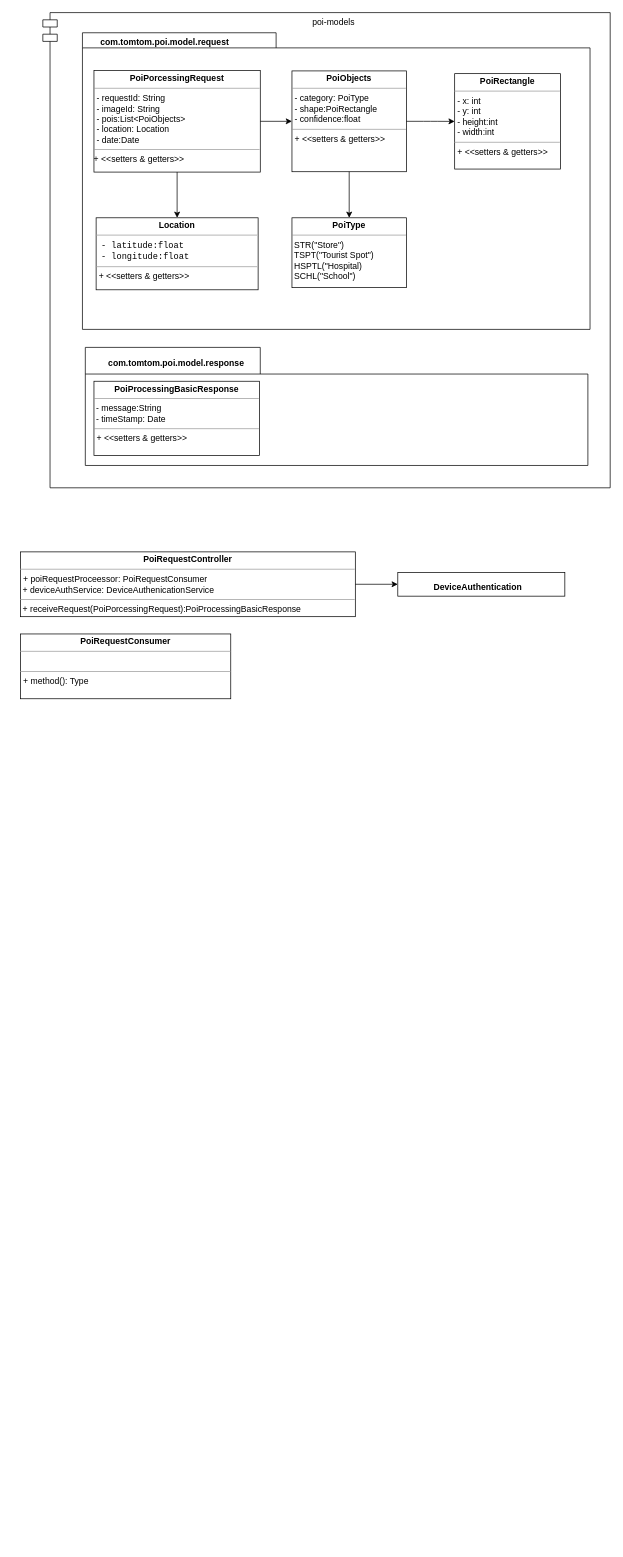
The draw.io diagram page "Page-2" (2 of 3) of PIO System Digram.drawio in syogesh31/jp, before the edit. Source tidied: cells renumbered, new cells numbered last; positions are measured from the earlier drawing's top-left corner, leaving out a move shared by most shapes. Both pictures are drawn from the tidied source at 72%, with x=0, y=0 at pixel (20, 12).
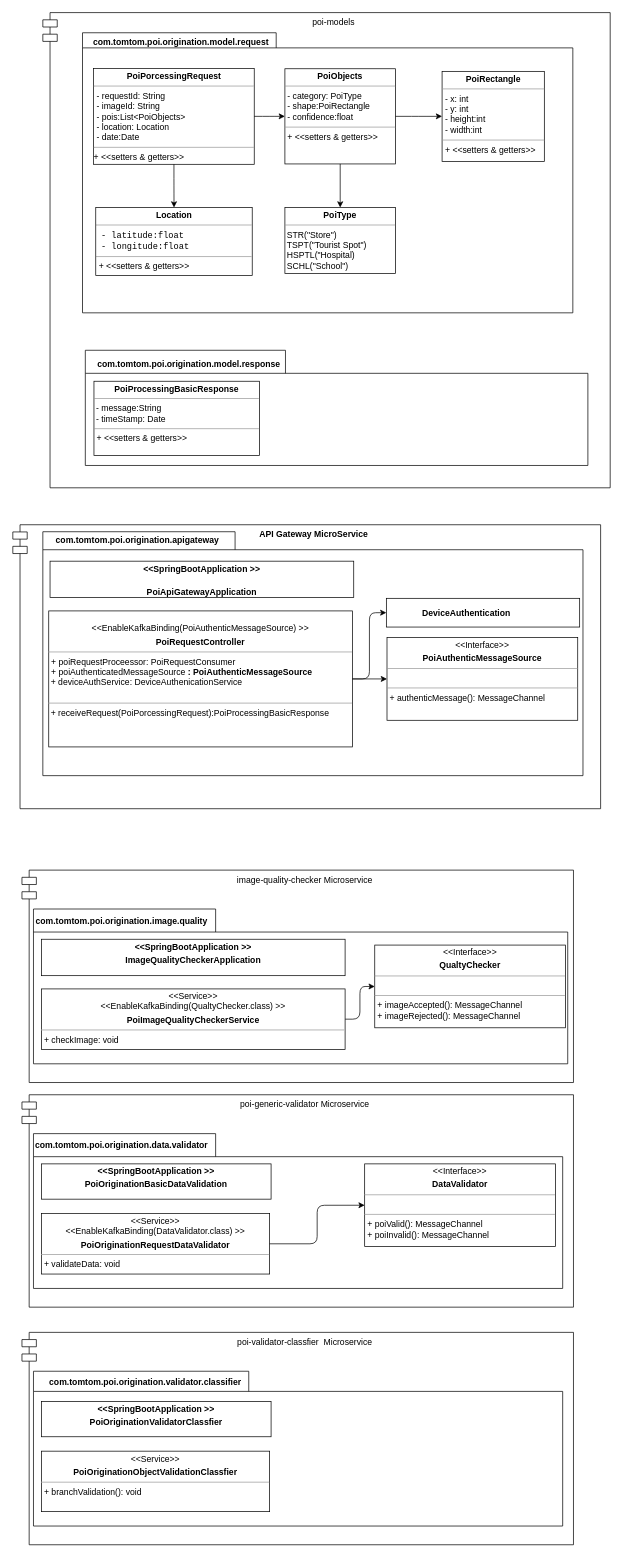
The same page after the edit.

Change to the diagram source:
```diff
@@
     <mxCell id="3" style="group;" parent="1" vertex="1">
-      <mxGeometry x="88" y="28" width="705" height="412" as="geometry" />
+      <mxGeometry x="88" y="28" width="681" height="389" as="geometry" />
     </mxCell>
     <mxCell id="4" style="group;" parent="3" vertex="1">
-      <mxGeometry x="-2" width="705" height="412" as="geometry" />
+      <mxGeometry x="-1.9" width="681" height="389" as="geometry" />
     </mxCell>
     <mxCell id="5" style="shape=folder;fontStyle=1;spacingTop=10;tabWidth=269;tabHeight=21;tabPosition=left;html=1;rounded=0;sketch=0;" parent="4" vertex="1">
-      <mxGeometry width="705" height="412" as="geometry" />
+      <mxGeometry width="681" height="389" as="geometry" />
     </mxCell>
-    <mxCell id="6" value="com.tomtom.poi.model.request" style="text;html=1;strokeColor=none;fillColor=none;align=center;verticalAlign=middle;whiteSpace=wrap;rounded=0;sketch=0;fontStyle=1;" parent="4" vertex="1">
-      <mxGeometry x="8" y="3" width="213" height="20" as="geometry" />
+    <mxCell id="6" value="com.tomtom.poi.origination.model.request" style="text;html=1;strokeColor=none;fillColor=none;align=center;verticalAlign=middle;whiteSpace=wrap;rounded=0;sketch=0;fontStyle=1;" parent="4" vertex="1">
+      <mxGeometry x="33.9" y="4" width="205.7" height="18.9" as="geometry" />
     </mxCell>
     <mxCell id="7" value="&lt;p style=&quot;margin: 0px ; margin-top: 4px ; text-align: center&quot;&gt;&lt;b&gt;Location&lt;/b&gt;&lt;/p&gt;&lt;hr size=&quot;1&quot;&gt;&lt;div&gt;&lt;code dir=&quot;ltr&quot;&gt;&amp;nbsp;- latitude:float&lt;/code&gt;&lt;/div&gt;&lt;div&gt;&lt;code dir=&quot;ltr&quot;&gt;&amp;nbsp;- &lt;/code&gt;&lt;code dir=&quot;ltr&quot;&gt;&lt;code dir=&quot;ltr&quot;&gt;longitude:float&lt;/code&gt;&lt;/code&gt;&lt;/div&gt;&lt;hr size=&quot;1&quot;&gt;&lt;p style=&quot;margin: 0px ; margin-left: 4px&quot;&gt;+ &amp;lt;&amp;lt;setters &amp;amp; getters&amp;gt;&amp;gt;&lt;/p&gt;" style="verticalAlign=top;align=left;overflow=fill;fontSize=12;fontFamily=Helvetica;html=1;rounded=0;sketch=0;" parent="4" vertex="1">
-      <mxGeometry x="19" y="257" width="225" height="100" as="geometry" />
+      <mxGeometry x="18.4" y="242.7" width="217.3" height="94.4" as="geometry" />
     </mxCell>
     <mxCell id="8" value="&lt;p style=&quot;margin: 0px ; margin-top: 4px ; text-align: center&quot;&gt;&lt;b&gt;PoiType&lt;/b&gt;&lt;/p&gt;&lt;hr size=&quot;1&quot;&gt;&lt;div&gt;&amp;nbsp;STR(&quot;Store&quot;)&lt;/div&gt;&lt;div&gt;&amp;nbsp;TSPT(&quot;Tourist Spot&quot;)&lt;/div&gt;&lt;div&gt;&amp;nbsp;HSPTL(&quot;Hospital)&lt;/div&gt;&lt;div&gt;&amp;nbsp;SCHL(&quot;School&quot;)&lt;br&gt;&lt;/div&gt;&amp;nbsp;&lt;hr size=&quot;1&quot;&gt;" style="verticalAlign=top;align=left;overflow=fill;fontSize=12;fontFamily=Helvetica;html=1;rounded=0;sketch=0;" parent="4" vertex="1">
-      <mxGeometry x="291" y="257" width="159" height="97" as="geometry" />
+      <mxGeometry x="281.1" y="242.7" width="153.6" height="91.6" as="geometry" />
     </mxCell>
     <mxCell id="9" value="&lt;p style=&quot;margin: 0px ; margin-top: 4px ; text-align: center&quot;&gt;&lt;b&gt;PoiRectangle&lt;/b&gt;&lt;/p&gt;&lt;hr size=&quot;1&quot;&gt;&lt;p style=&quot;margin: 0px ; margin-left: 4px&quot;&gt;- x: int&lt;/p&gt;&lt;p style=&quot;margin: 0px ; margin-left: 4px&quot;&gt;- y: int&lt;/p&gt;&lt;p style=&quot;margin: 0px ; margin-left: 4px&quot;&gt;- height:int&lt;/p&gt;&lt;p style=&quot;margin: 0px ; margin-left: 4px&quot;&gt;- width:int&lt;br&gt;&lt;/p&gt;&lt;hr size=&quot;1&quot;&gt;&lt;p style=&quot;margin: 0px ; margin-left: 4px&quot;&gt;+ &amp;lt;&amp;lt;setters &amp;amp; getters&amp;gt;&amp;gt;&lt;/p&gt;" style="verticalAlign=top;align=left;overflow=fill;fontSize=12;fontFamily=Helvetica;html=1;rounded=0;sketch=0;" parent="4" vertex="1">
-      <mxGeometry x="517" y="56.8" width="147" height="132.5" as="geometry" />
+      <mxGeometry x="499.4" y="53.6" width="142" height="125.1" as="geometry" />
     </mxCell>
     <mxCell id="10" value="&lt;p style=&quot;margin: 0px ; margin-top: 4px ; text-align: center&quot;&gt;&lt;b&gt;PoiPorcessingRequest&lt;/b&gt;&lt;/p&gt;&lt;hr size=&quot;1&quot;&gt;&lt;p style=&quot;margin: 0px ; margin-left: 4px&quot;&gt;- requestId: String&lt;/p&gt;&lt;p style=&quot;margin: 0px ; margin-left: 4px&quot;&gt;- imageId: String&lt;/p&gt;&lt;p style=&quot;margin: 0px ; margin-left: 4px&quot;&gt;- pois:List&amp;lt;PoiObjects&amp;gt;&lt;/p&gt;&lt;p style=&quot;margin: 0px ; margin-left: 4px&quot;&gt;- location: Location&lt;/p&gt;&lt;p style=&quot;margin: 0px ; margin-left: 4px&quot;&gt;- date:Date&lt;br&gt;&lt;/p&gt;&lt;hr size=&quot;1&quot;&gt;+ &amp;lt;&amp;lt;setters &amp;amp; getters&amp;gt;&amp;gt;" style="verticalAlign=top;align=left;overflow=fill;fontSize=12;fontFamily=Helvetica;html=1;rounded=0;sketch=0;" parent="3" vertex="1">
-      <mxGeometry x="14" y="52.5" width="231" height="141" as="geometry" />
+      <mxGeometry x="13.5" y="49.6" width="223.1" height="133.1" as="geometry" />
     </mxCell>
     <mxCell id="11" value="&lt;p style=&quot;margin: 0px ; margin-top: 4px ; text-align: center&quot;&gt;&lt;b&gt;PoiObjects&lt;/b&gt;&lt;/p&gt;&lt;hr size=&quot;1&quot;&gt;&lt;p style=&quot;margin: 0px ; margin-left: 4px&quot;&gt;- category: PoiType&lt;/p&gt;&lt;p style=&quot;margin: 0px ; margin-left: 4px&quot;&gt;- shape:PoiRectangle&lt;/p&gt;&lt;p style=&quot;margin: 0px ; margin-left: 4px&quot;&gt;- confidence:float&lt;br&gt;&lt;/p&gt;&lt;hr size=&quot;1&quot;&gt;&lt;p style=&quot;margin: 0px ; margin-left: 4px&quot;&gt;+ &amp;lt;&amp;lt;setters &amp;amp; getters&amp;gt;&amp;gt;&lt;/p&gt;" style="verticalAlign=top;align=left;overflow=fill;fontSize=12;fontFamily=Helvetica;html=1;rounded=0;sketch=0;" parent="3" vertex="1">
-      <mxGeometry x="289" y="53" width="159" height="140" as="geometry" />
+      <mxGeometry x="279.2" y="50" width="153.6" height="132.2" as="geometry" />
     </mxCell>
@@
-    <mxCell id="16" style="shape=folder;fontStyle=1;spacingTop=10;tabWidth=243;tabHeight=37;tabPosition=left;html=1;rounded=0;sketch=0;" parent="1" vertex="1">
-      <mxGeometry x="90" y="465" width="698" height="164" as="geometry" />
+    <mxCell id="16" style="shape=folder;fontStyle=1;spacingTop=10;tabWidth=278;tabHeight=32;tabPosition=left;html=1;rounded=0;sketch=0;" parent="1" vertex="1">
+      <mxGeometry x="90" y="469" width="698" height="160" as="geometry" />
     </mxCell>
-    <mxCell id="17" value="com.tomtom.poi.model.response" style="text;html=1;strokeColor=none;fillColor=none;align=center;verticalAlign=middle;whiteSpace=wrap;rounded=0;sketch=0;fontStyle=1;" parent="1" vertex="1">
-      <mxGeometry x="110" y="478" width="213" height="20" as="geometry" />
-    </mxCell>
@@
+    <mxCell id="23" style="group;" parent="1" vertex="1">
+      <mxGeometry x="31" y="721" width="781" height="367" as="geometry" />
+    </mxCell>
+    <mxCell id="24" value="API Gateway MicroService" style="shape=module;align=left;spacingLeft=20;align=center;verticalAlign=top;rounded=0;sketch=0;strokeColor=#000000;fillColor=#ffffff;fontStyle=1;" parent="23" vertex="1">
+      <mxGeometry x="-41.7" y="-9.7" width="816.4" height="394.4" as="geometry" />
+    </mxCell>
+    <mxCell id="25" style="shape=folder;fontStyle=1;spacingTop=10;tabWidth=267;tabHeight=25;tabPosition=left;html=1;rounded=0;sketch=0;strokeColor=#000000;fillColor=#ffffff;" parent="23" vertex="1">
+      <mxGeometry width="750.2" height="338.8" as="geometry" />
+    </mxCell>
-    <mxCell id="19" value="&lt;p style=&quot;margin: 0px ; margin-top: 4px ; text-align: center&quot;&gt;&lt;b&gt;PoiRequestController&lt;/b&gt;&lt;/p&gt;&lt;hr size=&quot;1&quot;&gt;&lt;p style=&quot;margin: 0px ; margin-left: 4px&quot;&gt;+ poiRequestProceessor: PoiRequestConsumer&lt;/p&gt;&amp;nbsp;+ deviceAuthService: DeviceAuthenicationService&lt;hr size=&quot;1&quot;&gt;&amp;nbsp;+ receiveRequest(PoiPorcessingRequest):PoiProcessingBasicResponse" style="verticalAlign=top;align=left;overflow=fill;fontSize=12;fontFamily=Helvetica;html=1;rounded=0;sketch=0;" parent="1" vertex="1">
-      <mxGeometry y="749" width="465" height="90" as="geometry" />
+    <mxCell id="19" value="&lt;p style=&quot;margin: 0px ; margin-top: 4px ; text-align: center&quot;&gt;&lt;br&gt;&amp;lt;&amp;lt;EnableKafkaBinding(PoiAuthenticMessageSource) &amp;gt;&amp;gt;&lt;/p&gt;&lt;p style=&quot;margin: 0px ; margin-top: 4px ; text-align: center&quot;&gt;&lt;b&gt;PoiRequestController&lt;/b&gt;&lt;/p&gt;&lt;hr size=&quot;1&quot;&gt;&lt;p style=&quot;margin: 0px ; margin-left: 4px&quot;&gt;+ poiRequestProceessor: PoiRequestConsumer&lt;/p&gt;&lt;p style=&quot;margin: 0px ; margin-left: 4px&quot;&gt;+ poiAuthenticatedMessageSource&lt;b&gt;&lt;b&gt;&lt;b&gt; : &lt;/b&gt;&lt;/b&gt;&lt;/b&gt;&lt;b&gt;&lt;b&gt;&lt;b&gt;&lt;b&gt;&lt;b&gt;&lt;b&gt;PoiAuthenticMessageSource&lt;/b&gt;&lt;/b&gt;&lt;/b&gt;&lt;/b&gt;&lt;/b&gt;&lt;/b&gt;&lt;/p&gt;&lt;div&gt;&amp;nbsp;+ deviceAuthService: DeviceAuthenicationService&lt;/div&gt;&lt;div&gt;&lt;br&gt;&lt;/div&gt;&lt;hr size=&quot;1&quot;&gt;&amp;nbsp;+ receiveRequest(PoiPorcessingRequest):PoiProcessingBasicResponse" style="verticalAlign=top;align=left;overflow=fill;fontSize=12;fontFamily=Helvetica;html=1;rounded=0;sketch=0;" parent="23" vertex="1">
+      <mxGeometry x="8.2" y="110" width="421.8" height="188.9" as="geometry" />
     </mxCell>
-    <mxCell id="20" style="edgeStyle=orthogonalEdgeStyle;curved=0;rounded=1;sketch=0;jettySize=auto;html=1;entryX=0;entryY=0.5;entryDx=0;entryDy=0;exitX=1;exitY=0.5;exitDx=0;exitDy=0;" parent="1" edge="1" source="19" target="22">
+    <mxCell id="20" style="edgeStyle=orthogonalEdgeStyle;curved=0;rounded=1;sketch=0;jettySize=auto;html=1;entryX=0;entryY=0.5;entryDx=0;entryDy=0;exitX=1;exitY=0.5;exitDx=0;exitDy=0;" parent="23" edge="1" source="19" target="22">
       <mxGeometry relative="1" as="geometry" />
     </mxCell>
-    <mxCell id="21" value="&lt;p style=&quot;margin: 0px ; margin-top: 4px ; text-align: center&quot;&gt;&lt;b&gt;PoiRequestConsumer&lt;/b&gt;&lt;/p&gt;&lt;hr size=&quot;1&quot;&gt;&lt;p style=&quot;margin: 0px ; margin-left: 4px&quot;&gt;&lt;br&gt;&lt;/p&gt;&lt;hr size=&quot;1&quot;&gt;&lt;p style=&quot;margin: 0px ; margin-left: 4px&quot;&gt;+ method(): Type&lt;/p&gt;" style="verticalAlign=top;align=left;overflow=fill;fontSize=12;fontFamily=Helvetica;html=1;rounded=0;sketch=0;" parent="1" vertex="1">
-      <mxGeometry y="863" width="292" height="90" as="geometry" />
+    <mxCell id="21" value="&lt;p style=&quot;margin: 0px ; margin-top: 4px ; text-align: center&quot;&gt;&amp;lt;&amp;lt;Interface&amp;gt;&amp;gt;&lt;/p&gt;&lt;p style=&quot;margin: 0px ; margin-top: 4px ; text-align: center&quot;&gt;&lt;b&gt;&lt;b&gt;&lt;b&gt;&lt;b&gt;&lt;b&gt;&lt;b&gt;PoiAuthenticMessageSource&lt;/b&gt;&lt;/b&gt;&lt;/b&gt;&lt;/b&gt;&lt;/b&gt;&lt;/b&gt;&lt;/p&gt;&lt;hr size=&quot;1&quot;&gt;&lt;p style=&quot;margin: 0px ; margin-left: 4px&quot;&gt;&lt;br&gt;&lt;/p&gt;&lt;hr size=&quot;1&quot;&gt;&lt;p style=&quot;margin: 0px ; margin-left: 4px&quot;&gt;+ authenticMessage(): MessageChannel&lt;/p&gt;" style="verticalAlign=top;align=left;overflow=fill;fontSize=12;fontFamily=Helvetica;html=1;rounded=0;sketch=0;" parent="23" vertex="1">
+      <mxGeometry x="478" y="147" width="264.9" height="114.9" as="geometry" />
     </mxCell>
+    <mxCell id="26" style="edgeStyle=orthogonalEdgeStyle;curved=0;rounded=1;sketch=0;jumpStyle=arc;jettySize=auto;html=1;startArrow=none;startFill=0;endArrow=classic;endFill=1;strokeColor=#000000;strokeWidth=1;" parent="23" edge="1" source="19" target="21">
+      <mxGeometry relative="1" as="geometry" />
+    </mxCell>
-    <mxCell id="22" value="&lt;div&gt;&lt;b&gt;&amp;nbsp;&amp;nbsp;&amp;nbsp;&amp;nbsp;&amp;nbsp;&amp;nbsp;&amp;nbsp;&amp;nbsp;&amp;nbsp;&amp;nbsp; &lt;br&gt;&lt;/b&gt;&lt;/div&gt;&lt;div&gt;&lt;b&gt;&amp;nbsp;&amp;nbsp;&amp;nbsp;&amp;nbsp;&amp;nbsp;&amp;nbsp;&amp;nbsp;&amp;nbsp;&amp;nbsp;&amp;nbsp;&amp;nbsp;&amp;nbsp;&amp;nbsp;&amp;nbsp; DeviceAuthentication&lt;/b&gt;&lt;/div&gt;&lt;div&gt;&lt;b&gt;&lt;br&gt;&lt;/b&gt;&lt;/div&gt;" style="verticalAlign=top;align=left;overflow=fill;fontSize=12;fontFamily=Helvetica;html=1;rounded=0;sketch=0;" parent="1" vertex="1">
-      <mxGeometry x="524" y="777.5" width="232" height="33" as="geometry" />
+    <mxCell id="22" value="&lt;div&gt;&lt;b&gt;&amp;nbsp;&amp;nbsp;&amp;nbsp;&amp;nbsp;&amp;nbsp;&amp;nbsp;&amp;nbsp;&amp;nbsp;&amp;nbsp;&amp;nbsp; &lt;br&gt;&lt;/b&gt;&lt;/div&gt;&lt;div&gt;&lt;b&gt;&amp;nbsp;&amp;nbsp;&amp;nbsp;&amp;nbsp;&amp;nbsp;&amp;nbsp;&amp;nbsp;&amp;nbsp;&amp;nbsp;&amp;nbsp;&amp;nbsp;&amp;nbsp;&amp;nbsp;&amp;nbsp; DeviceAuthentication&lt;/b&gt;&lt;/div&gt;&lt;div&gt;&lt;b&gt;&lt;br&gt;&lt;/b&gt;&lt;/div&gt;" style="verticalAlign=top;align=left;overflow=fill;fontSize=12;fontFamily=Helvetica;html=1;rounded=0;sketch=0;" parent="23" vertex="1">
+      <mxGeometry x="477.1" y="92.5" width="268.5" height="39.9" as="geometry" />
     </mxCell>
+    <mxCell id="27" value="&lt;p style=&quot;margin: 0px ; margin-top: 4px ; text-align: center&quot;&gt;&lt;b&gt;&amp;lt;&amp;lt;SpringBootApplication &amp;gt;&amp;gt;&lt;/b&gt;&lt;br&gt;&lt;br&gt;&lt;/p&gt;&lt;p style=&quot;margin: 0px ; margin-top: 4px ; text-align: center&quot;&gt;&lt;b&gt;PoiApiGatewayApplication&lt;/b&gt;&lt;br&gt;&lt;/p&gt;" style="verticalAlign=top;align=left;overflow=fill;fontSize=12;fontFamily=Helvetica;html=1;rounded=0;sketch=0;" parent="23" vertex="1">
+      <mxGeometry x="10" y="40.9" width="421.8" height="50.6" as="geometry" />
+    </mxCell>
+    <mxCell id="28" value="com.tomtom.poi.origination.apigateway" style="text;html=1;strokeColor=none;fillColor=none;align=center;verticalAlign=middle;whiteSpace=wrap;rounded=0;sketch=0;fontStyle=1;" parent="23" vertex="1">
+      <mxGeometry x="38.1" y="2.9" width="186.6" height="18.4" as="geometry" />
+    </mxCell>
+    <mxCell id="29" value="com.tomtom.poi.origination.model.response" style="text;html=1;strokeColor=none;fillColor=none;align=center;verticalAlign=middle;whiteSpace=wrap;rounded=0;sketch=0;fontStyle=1;" parent="1" vertex="1">
+      <mxGeometry x="131" y="480" width="205.7" height="18.9" as="geometry" />
+    </mxCell>
+    <mxCell id="30" style="group;" parent="1" vertex="1">
+      <mxGeometry x="2" y="1191" width="766" height="295" as="geometry" />
+    </mxCell>
+    <mxCell id="31" value="image-quality-checker Microservice" style="shape=module;align=left;spacingLeft=20;align=center;verticalAlign=top;rounded=0;sketch=0;strokeColor=#000000;fillColor=#ffffff;" parent="30" vertex="1">
+      <mxGeometry width="766" height="295" as="geometry" />
+    </mxCell>
+    <mxCell id="32" style="shape=folder;fontStyle=1;spacingTop=10;tabWidth=253;tabHeight=32;tabPosition=left;html=1;rounded=0;sketch=0;strokeColor=#000000;fillColor=#ffffff;" parent="30" vertex="1">
+      <mxGeometry x="16" y="54" width="742" height="215" as="geometry" />
+    </mxCell>
+    <mxCell id="33" value="&lt;p style=&quot;margin: 0px ; margin-top: 4px ; text-align: center&quot;&gt;&lt;b&gt;&amp;lt;&amp;lt;SpringBootApplication &amp;gt;&amp;gt;&lt;/b&gt;&lt;br&gt;&lt;/p&gt;&lt;p style=&quot;margin: 0px ; margin-top: 4px ; text-align: center&quot;&gt;&lt;b&gt;ImageQualityCheckerApplication&lt;/b&gt;&lt;br&gt;&lt;/p&gt;" style="verticalAlign=top;align=left;overflow=fill;fontSize=12;fontFamily=Helvetica;html=1;rounded=0;sketch=0;" parent="30" vertex="1">
+      <mxGeometry x="27" y="96" width="421.8" height="50.6" as="geometry" />
+    </mxCell>
+    <mxCell id="34" style="edgeStyle=orthogonalEdgeStyle;curved=0;rounded=1;sketch=0;jumpStyle=arc;jettySize=auto;html=1;startArrow=none;startFill=0;endArrow=classic;endFill=1;strokeColor=#000000;strokeWidth=1;" parent="30" edge="1" source="35" target="37">
+      <mxGeometry relative="1" as="geometry" />
+    </mxCell>
+    <mxCell id="35" value="&lt;p style=&quot;margin: 0px ; margin-top: 4px ; text-align: center&quot;&gt;&amp;lt;&amp;lt;Service&amp;gt;&amp;gt;&lt;br&gt;&amp;lt;&amp;lt;EnableKafkaBinding(QualtyChecker.class) &amp;gt;&amp;gt;&lt;/p&gt;&lt;p style=&quot;margin: 0px ; margin-top: 4px ; text-align: center&quot;&gt;&lt;b&gt;PoiImageQualityCheckerService&lt;/b&gt;&lt;/p&gt;&lt;hr size=&quot;1&quot;&gt;&lt;p style=&quot;margin: 0px ; margin-left: 4px&quot;&gt;+ checkImage: void&lt;br&gt;&lt;/p&gt;" style="verticalAlign=top;align=left;overflow=fill;fontSize=12;fontFamily=Helvetica;html=1;rounded=0;sketch=0;" parent="30" vertex="1">
+      <mxGeometry x="27" y="165" width="421.8" height="84" as="geometry" />
+    </mxCell>
+    <mxCell id="36" value="com.tomtom.poi.origination.image.quality" style="text;html=1;strokeColor=none;fillColor=none;align=center;verticalAlign=middle;whiteSpace=wrap;rounded=0;sketch=0;fontStyle=1;" parent="30" vertex="1">
+      <mxGeometry x="45" y="62" width="186.6" height="18.4" as="geometry" />
+    </mxCell>
+    <mxCell id="37" value="&lt;p style=&quot;margin: 0px ; margin-top: 4px ; text-align: center&quot;&gt;&amp;lt;&amp;lt;Interface&amp;gt;&amp;gt;&lt;/p&gt;&lt;p style=&quot;margin: 0px ; margin-top: 4px ; text-align: center&quot;&gt;&lt;b&gt;QualtyChecker&lt;/b&gt;&lt;/p&gt;&lt;hr size=&quot;1&quot;&gt;&lt;p style=&quot;margin: 0px ; margin-left: 4px&quot;&gt;&lt;br&gt;&lt;/p&gt;&lt;hr size=&quot;1&quot;&gt;&lt;p style=&quot;margin: 0px ; margin-left: 4px&quot;&gt;+ imageAccepted(): MessageChannel&lt;/p&gt;&lt;p style=&quot;margin: 0px ; margin-left: 4px&quot;&gt;+ imageRejected(): MessageChannel&lt;/p&gt;" style="verticalAlign=top;align=left;overflow=fill;fontSize=12;fontFamily=Helvetica;html=1;rounded=0;sketch=0;" parent="30" vertex="1">
+      <mxGeometry x="490" y="104.1" width="264.9" height="114.9" as="geometry" />
+    </mxCell>
+    <mxCell id="38" style="group;" parent="1" vertex="1">
+      <mxGeometry x="2" y="1503" width="766" height="295" as="geometry" />
+    </mxCell>
+    <mxCell id="39" value="poi-generic-validator Microservice" style="shape=module;align=left;spacingLeft=20;align=center;verticalAlign=top;rounded=0;sketch=0;strokeColor=#000000;fillColor=#ffffff;" parent="38" vertex="1">
+      <mxGeometry width="766" height="295" as="geometry" />
+    </mxCell>
+    <mxCell id="40" style="shape=folder;fontStyle=1;spacingTop=10;tabWidth=253;tabHeight=32;tabPosition=left;html=1;rounded=0;sketch=0;strokeColor=#000000;fillColor=#ffffff;" parent="38" vertex="1">
+      <mxGeometry x="16" y="54" width="735" height="215" as="geometry" />
+    </mxCell>
+    <mxCell id="41" value="&lt;p style=&quot;margin: 0px ; margin-top: 4px ; text-align: center&quot;&gt;&lt;b&gt;&amp;lt;&amp;lt;SpringBootApplication &amp;gt;&amp;gt;&lt;/b&gt;&lt;br&gt;&lt;/p&gt;&lt;p style=&quot;margin: 0px ; margin-top: 4px ; text-align: center&quot;&gt;&lt;b&gt;PoiOriginationBasicDataValidation&lt;/b&gt;&lt;br&gt;&lt;/p&gt;" style="verticalAlign=top;align=left;overflow=fill;fontSize=12;fontFamily=Helvetica;html=1;rounded=0;sketch=0;" parent="38" vertex="1">
+      <mxGeometry x="27" y="96" width="319" height="49" as="geometry" />
+    </mxCell>
+    <mxCell id="42" value="com.tomtom.poi.origination.data.validator" style="text;html=1;strokeColor=none;fillColor=none;align=center;verticalAlign=middle;whiteSpace=wrap;rounded=0;sketch=0;fontStyle=1;" parent="38" vertex="1">
+      <mxGeometry x="45" y="62" width="186.6" height="18.4" as="geometry" />
+    </mxCell>
+    <mxCell id="43" value="&lt;p style=&quot;margin: 0px ; margin-top: 4px ; text-align: center&quot;&gt;&amp;lt;&amp;lt;Interface&amp;gt;&amp;gt;&lt;/p&gt;&lt;p style=&quot;margin: 0px ; margin-top: 4px ; text-align: center&quot;&gt;&lt;b&gt;DataValidator&lt;/b&gt;&lt;/p&gt;&lt;hr size=&quot;1&quot;&gt;&lt;p style=&quot;margin: 0px ; margin-left: 4px&quot;&gt;&lt;br&gt;&lt;/p&gt;&lt;hr size=&quot;1&quot;&gt;&lt;p style=&quot;margin: 0px ; margin-left: 4px&quot;&gt;+ poiValid(): MessageChannel&lt;/p&gt;&lt;p style=&quot;margin: 0px ; margin-left: 4px&quot;&gt;+ poiInvalid(): MessageChannel&lt;/p&gt;" style="verticalAlign=top;align=left;overflow=fill;fontSize=12;fontFamily=Helvetica;html=1;rounded=0;sketch=0;" parent="38" vertex="1">
+      <mxGeometry x="476" y="96" width="264.9" height="114.9" as="geometry" />
+    </mxCell>
+    <mxCell id="44" value="&lt;p style=&quot;margin: 0px ; margin-top: 4px ; text-align: center&quot;&gt;&amp;lt;&amp;lt;Service&amp;gt;&amp;gt;&lt;br&gt;&amp;lt;&amp;lt;EnableKafkaBinding(DataValidator.class) &amp;gt;&amp;gt;&lt;/p&gt;&lt;p style=&quot;margin: 0px ; margin-top: 4px ; text-align: center&quot;&gt;&lt;b&gt;PoiOriginationRequestDataValidator&lt;/b&gt;&lt;/p&gt;&lt;hr size=&quot;1&quot;&gt;&lt;p style=&quot;margin: 0px ; margin-left: 4px&quot;&gt;+ validateData: void&lt;br&gt;&lt;/p&gt;" style="verticalAlign=top;align=left;overflow=fill;fontSize=12;fontFamily=Helvetica;html=1;rounded=0;sketch=0;" parent="38" vertex="1">
+      <mxGeometry x="27" y="165" width="317" height="84" as="geometry" />
+    </mxCell>
+    <mxCell id="45" style="edgeStyle=orthogonalEdgeStyle;curved=0;rounded=1;sketch=0;jumpStyle=arc;jettySize=auto;html=1;entryX=0;entryY=0.5;entryDx=0;entryDy=0;startArrow=none;startFill=0;endArrow=classic;endFill=1;strokeColor=#000000;strokeWidth=1;" parent="38" edge="1" source="44" target="43">
+      <mxGeometry relative="1" as="geometry" />
+    </mxCell>
+    <mxCell id="46" style="group;" parent="1" vertex="1">
+      <mxGeometry x="2" y="1833" width="766" height="295" as="geometry" />
+    </mxCell>
+    <mxCell id="47" value="poi-validator-classfier  Microservice" style="shape=module;align=left;spacingLeft=20;align=center;verticalAlign=top;rounded=0;sketch=0;strokeColor=#000000;fillColor=#ffffff;" parent="46" vertex="1">
+      <mxGeometry width="766" height="295" as="geometry" />
+    </mxCell>
+    <mxCell id="48" style="shape=folder;fontStyle=1;spacingTop=10;tabWidth=299;tabHeight=28;tabPosition=left;html=1;rounded=0;sketch=0;strokeColor=#000000;fillColor=#ffffff;" parent="46" vertex="1">
+      <mxGeometry x="16" y="54" width="735" height="215" as="geometry" />
+    </mxCell>
+    <mxCell id="49" value="&lt;p style=&quot;margin: 0px ; margin-top: 4px ; text-align: center&quot;&gt;&lt;b&gt;&amp;lt;&amp;lt;SpringBootApplication &amp;gt;&amp;gt;&lt;/b&gt;&lt;br&gt;&lt;/p&gt;&lt;p style=&quot;margin: 0px ; margin-top: 4px ; text-align: center&quot;&gt;&lt;b&gt;PoiOriginationValidatorClassfier&lt;/b&gt;&lt;br&gt;&lt;/p&gt;" style="verticalAlign=top;align=left;overflow=fill;fontSize=12;fontFamily=Helvetica;html=1;rounded=0;sketch=0;" parent="46" vertex="1">
+      <mxGeometry x="27" y="96" width="319" height="49" as="geometry" />
+    </mxCell>
+    <mxCell id="50" value="com.tomtom.poi.origination.validator.classifier" style="text;html=1;strokeColor=none;fillColor=none;align=center;verticalAlign=middle;whiteSpace=wrap;rounded=0;sketch=0;fontStyle=1;" parent="46" vertex="1">
+      <mxGeometry x="78" y="60" width="186.6" height="18.4" as="geometry" />
+    </mxCell>
+    <mxCell id="51" value="&lt;p style=&quot;margin: 0px ; margin-top: 4px ; text-align: center&quot;&gt;&amp;lt;&amp;lt;Service&amp;gt;&amp;gt;&lt;br&gt;&lt;/p&gt;&lt;p style=&quot;margin: 0px ; margin-top: 4px ; text-align: center&quot;&gt;&lt;b&gt;PoiOriginationObjectValidationClassfier&lt;/b&gt;&lt;/p&gt;&lt;hr size=&quot;1&quot;&gt;&lt;p style=&quot;margin: 0px ; margin-left: 4px&quot;&gt;+ branchValidation(): void&lt;br&gt;&lt;/p&gt;" style="verticalAlign=top;align=left;overflow=fill;fontSize=12;fontFamily=Helvetica;html=1;rounded=0;sketch=0;" parent="46" vertex="1">
+      <mxGeometry x="27" y="165" width="317" height="84" as="geometry" />
+    </mxCell>
```
